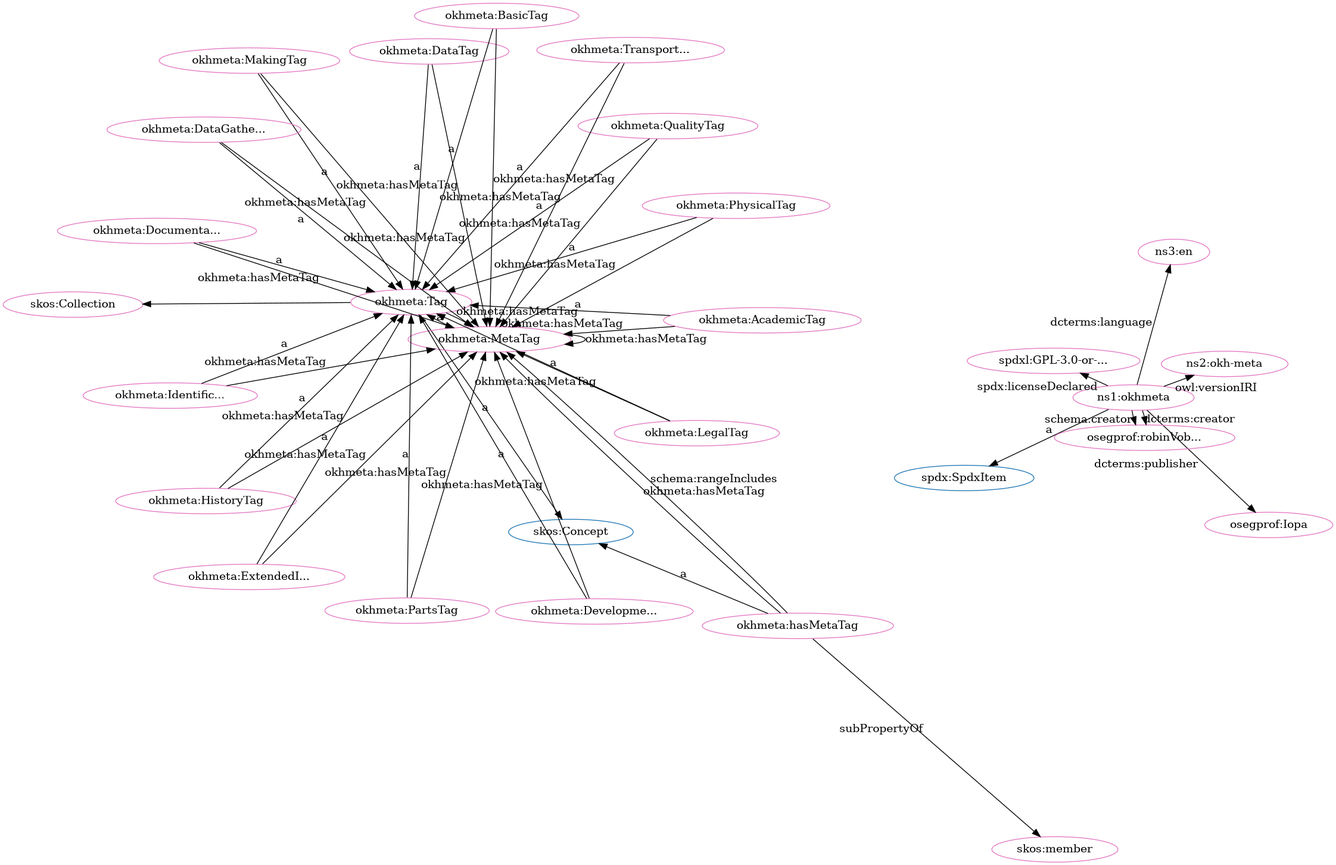
The Graphviz diagram src/spec/fdp_okh-meta-clean.png in iop-alliance/OpenKnowHow, before a commit. Its source is kept beside it as src/spec/fdp_okh-meta-clean.dot.
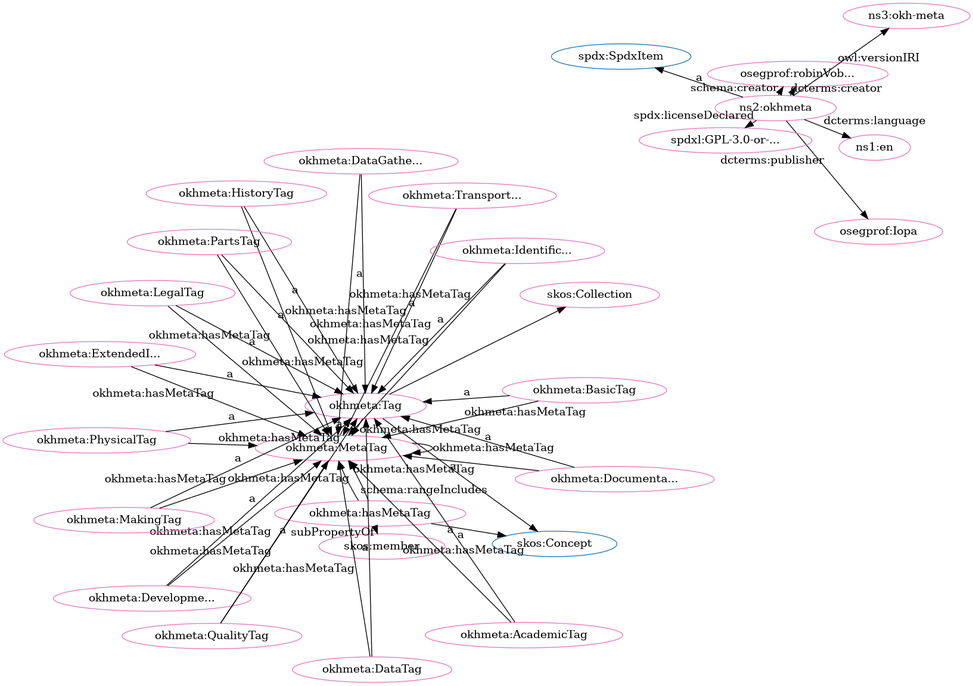
Later version of the same file.

Diff of the diagram source:
```diff
@@ -3,79 +3,79 @@
   node[height=.3]
 "http://w3id.org/oseg/ont/okhmeta#Tag" [fillcolor="#1f77b4" color="#1f77b4" label="okhmeta:Tag"]
 "http://www.w3.org/2004/02/skos/core#Concept" [fillcolor="#1f77b4" color="#1f77b4" label="skos:Concept"]
+"http://w3id.org/oseg/ont/okhmeta#MetaTag" [fillcolor="#1f77b4" color="#1f77b4" label="okhmeta:MetaTag"]
+"http://spdx.org/rdf/terms#SpdxItem" [fillcolor="#1f77b4" color="#1f77b4" label="spdx:SpdxItem"]
 "http://www.w3.org/2004/02/skos/core#Collection" [fillcolor="#1f77b4" color="#1f77b4" label="skos:Collection"]
-"http://spdx.org/rdf/terms#SpdxItem" [fillcolor="#1f77b4" color="#1f77b4" label="spdx:SpdxItem"]
-"http://w3id.org/oseg/ont/okhmeta#MetaTag" [fillcolor="#1f77b4" color="#1f77b4" label="okhmeta:MetaTag"]
+"http://w3id.org/oseg/ont/okhmeta#HistoryTag" [fillcolor="#e377c2" color="#e377c2" label="okhmeta:HistoryTag"]
 "http://w3id.org/oseg/ont/okhmeta#MetaTag" [fillcolor="#e377c2" color="#e377c2" label="okhmeta:MetaTag"]
-"http://w3id.org/oseg/ont/okhmeta#PhysicalTag" [fillcolor="#e377c2" color="#e377c2" label="okhmeta:PhysicalTag"]
+"http://www.w3.org/2004/02/skos/core#Collection" [fillcolor="#e377c2" color="#e377c2" label="skos:Collection"]
+"http://w3id.org/oseg/ont/okhmeta#ExtendedInfoTag" [fillcolor="#e377c2" color="#e377c2" label="okhmeta:ExtendedI..."]
+"http://w3id.org/oseg/ont/okhmeta#Tag" [fillcolor="#e377c2" color="#e377c2" label="okhmeta:Tag"]
+"http://w3id.org/oseg/ont/okhmeta#hasMetaTag" [fillcolor="#e377c2" color="#e377c2" label="okhmeta:hasMetaTag"]
+"http://w3id.org/oseg/ont/okhmeta#DocumentationTag" [fillcolor="#e377c2" color="#e377c2" label="okhmeta:Documenta..."]
+"http://www.w3.org/2004/02/skos/core#member" [fillcolor="#e377c2" color="#e377c2" label="skos:member"]
+"http://w3id.org/oseg/ont/okhmeta#DataTag" [fillcolor="#e377c2" color="#e377c2" label="okhmeta:DataTag"]
 "http://w3id.org/oseg/ont/okhmeta#DevelopmentTag" [fillcolor="#e377c2" color="#e377c2" label="okhmeta:Developme..."]
-"http://w3id.org/oseg/ont/okhmeta#QualityTag" [fillcolor="#e377c2" color="#e377c2" label="okhmeta:QualityTag"]
+"http://w3id.org/oseg/ont/oseg-profiles#Iopa" [fillcolor="#e377c2" color="#e377c2" label="osegprof:Iopa"]
+"http://w3id.org/oseg/ont/okhmeta#LegalTag" [fillcolor="#e377c2" color="#e377c2" label="okhmeta:LegalTag"]
+"http://w3id.org/oseg/ont/okhmeta#DataGatheringTag" [fillcolor="#e377c2" color="#e377c2" label="okhmeta:DataGathe..."]
+"http://id.loc.gov/vocabulary/iso639-1/en" [fillcolor="#e377c2" color="#e377c2" label="ns1:en"]
+"http://w3id.org/oseg/ont/okhmeta#TransportationTag" [fillcolor="#e377c2" color="#e377c2" label="okhmeta:Transport..."]
+"http://w3id.org/oseg/ont/oseg-profiles#robinVobruba" [fillcolor="#e377c2" color="#e377c2" label="osegprof:robinVob..."]
+"http://w3id.org/oseg/ont/okhmeta" [fillcolor="#e377c2" color="#e377c2" label="ns2:okhmeta"]
+"http://w3id.org/oseg/ont/1.1.0/okh-meta" [fillcolor="#e377c2" color="#e377c2" label="ns3:okh-meta"]
 "http://w3id.org/oseg/ont/okhmeta#IdentificationTag" [fillcolor="#e377c2" color="#e377c2" label="okhmeta:Identific..."]
-"http://w3id.org/oseg/ont/okhmeta" [fillcolor="#e377c2" color="#e377c2" label="ns1:okhmeta"]
-"http://w3id.org/oseg/ont/okhmeta#hasMetaTag" [fillcolor="#e377c2" color="#e377c2" label="okhmeta:hasMetaTag"]
-"http://w3id.org/oseg/ont/oseg-profiles#Iopa" [fillcolor="#e377c2" color="#e377c2" label="osegprof:Iopa"]
-"http://www.w3.org/2004/02/skos/core#Collection" [fillcolor="#e377c2" color="#e377c2" label="skos:Collection"]
-"http://w3id.org/oseg/ont/okhmeta#HistoryTag" [fillcolor="#e377c2" color="#e377c2" label="okhmeta:HistoryTag"]
-"http://w3id.org/oseg/ont/okhmeta#PartsTag" [fillcolor="#e377c2" color="#e377c2" label="okhmeta:PartsTag"]
-"http://w3id.org/oseg/ont/okhmeta#DataTag" [fillcolor="#e377c2" color="#e377c2" label="okhmeta:DataTag"]
-"http://w3id.org/oseg/ont/okhmeta#BasicTag" [fillcolor="#e377c2" color="#e377c2" label="okhmeta:BasicTag"]
-"http://w3id.org/oseg/ont/1.1.0/okh-meta" [fillcolor="#e377c2" color="#e377c2" label="ns2:okh-meta"]
-"http://www.w3.org/2004/02/skos/core#member" [fillcolor="#e377c2" color="#e377c2" label="skos:member"]
-"http://id.loc.gov/vocabulary/iso639-1/en" [fillcolor="#e377c2" color="#e377c2" label="ns3:en"]
-"http://spdx.org/licenses/GPL-3.0-or-later" [fillcolor="#e377c2" color="#e377c2" label="spdxl:GPL-3.0-or-..."]
 "http://w3id.org/oseg/ont/okhmeta#MakingTag" [fillcolor="#e377c2" color="#e377c2" label="okhmeta:MakingTag"]
 "http://w3id.org/oseg/ont/okhmeta#AcademicTag" [fillcolor="#e377c2" color="#e377c2" label="okhmeta:AcademicTag"]
-"http://w3id.org/oseg/ont/okhmeta#Tag" [fillcolor="#e377c2" color="#e377c2" label="okhmeta:Tag"]
-"http://w3id.org/oseg/ont/okhmeta#LegalTag" [fillcolor="#e377c2" color="#e377c2" label="okhmeta:LegalTag"]
-"http://w3id.org/oseg/ont/oseg-profiles#robinVobruba" [fillcolor="#e377c2" color="#e377c2" label="osegprof:robinVob..."]
-"http://w3id.org/oseg/ont/okhmeta#DataGatheringTag" [fillcolor="#e377c2" color="#e377c2" label="okhmeta:DataGathe..."]
-"http://w3id.org/oseg/ont/okhmeta#ExtendedInfoTag" [fillcolor="#e377c2" color="#e377c2" label="okhmeta:ExtendedI..."]
-"http://w3id.org/oseg/ont/okhmeta#DocumentationTag" [fillcolor="#e377c2" color="#e377c2" label="okhmeta:Documenta..."]
-"http://w3id.org/oseg/ont/okhmeta#TransportationTag" [fillcolor="#e377c2" color="#e377c2" label="okhmeta:Transport..."]
-  "http://w3id.org/oseg/ont/okhmeta#PhysicalTag" -> "http://w3id.org/oseg/ont/okhmeta#Tag" [label="a"]
+"http://w3id.org/oseg/ont/okhmeta#PartsTag" [fillcolor="#e377c2" color="#e377c2" label="okhmeta:PartsTag"]
+"http://w3id.org/oseg/ont/okhmeta#PhysicalTag" [fillcolor="#e377c2" color="#e377c2" label="okhmeta:PhysicalTag"]
+"http://spdx.org/licenses/GPL-3.0-or-later" [fillcolor="#e377c2" color="#e377c2" label="spdxl:GPL-3.0-or-..."]
+"http://w3id.org/oseg/ont/okhmeta#BasicTag" [fillcolor="#e377c2" color="#e377c2" label="okhmeta:BasicTag"]
+"http://w3id.org/oseg/ont/okhmeta#QualityTag" [fillcolor="#e377c2" color="#e377c2" label="okhmeta:QualityTag"]
+  "http://w3id.org/oseg/ont/okhmeta#HistoryTag" -> "http://w3id.org/oseg/ont/okhmeta#Tag" [label="a"]
+  "http://w3id.org/oseg/ont/okhmeta#Tag" -> "http://w3id.org/oseg/ont/okhmeta#MetaTag" [label="okhmeta:hasMetaTag"]
+  "http://w3id.org/oseg/ont/okhmeta#Tag" -> "http://www.w3.org/2004/02/skos/core#Collection" [label=""]
+  "http://w3id.org/oseg/ont/okhmeta#IdentificationTag" -> "http://w3id.org/oseg/ont/okhmeta#MetaTag" [label="okhmeta:hasMetaTag"]
+  "http://w3id.org/oseg/ont/okhmeta#Tag" -> "http://www.w3.org/2004/02/skos/core#Concept" [label="a"]
+  "http://w3id.org/oseg/ont/okhmeta#hasMetaTag" -> "http://www.w3.org/2004/02/skos/core#Concept" [label="a"]
   "http://w3id.org/oseg/ont/okhmeta#DevelopmentTag" -> "http://w3id.org/oseg/ont/okhmeta#MetaTag" [label="okhmeta:hasMetaTag"]
-  "http://w3id.org/oseg/ont/okhmeta#MetaTag" -> "http://w3id.org/oseg/ont/okhmeta#MetaTag" [label="okhmeta:hasMetaTag"]
-  "http://w3id.org/oseg/ont/okhmeta#hasMetaTag" -> "http://w3id.org/oseg/ont/okhmeta#MetaTag" [label="okhmeta:hasMetaTag"]
-  "http://w3id.org/oseg/ont/okhmeta#IdentificationTag" -> "http://w3id.org/oseg/ont/okhmeta#MetaTag" [label="okhmeta:hasMetaTag"]
-  "http://w3id.org/oseg/ont/okhmeta" -> "http://spdx.org/rdf/terms#SpdxItem" [label="a"]
-  "http://w3id.org/oseg/ont/okhmeta#AcademicTag" -> "http://w3id.org/oseg/ont/okhmeta#MetaTag" [label="okhmeta:hasMetaTag"]
-  "http://w3id.org/oseg/ont/okhmeta#hasMetaTag" -> "http://www.w3.org/2004/02/skos/core#Concept" [label="a"]
-  "http://w3id.org/oseg/ont/okhmeta#Tag" -> "http://www.w3.org/2004/02/skos/core#Collection" [label=""]
-  "http://w3id.org/oseg/ont/okhmeta#TransportationTag" -> "http://w3id.org/oseg/ont/okhmeta#MetaTag" [label="okhmeta:hasMetaTag"]
-  "http://w3id.org/oseg/ont/okhmeta#HistoryTag" -> "http://w3id.org/oseg/ont/okhmeta#Tag" [label="a"]
-  "http://w3id.org/oseg/ont/okhmeta#DataTag" -> "http://w3id.org/oseg/ont/okhmeta#Tag" [label="a"]
-  "http://w3id.org/oseg/ont/okhmeta#ExtendedInfoTag" -> "http://w3id.org/oseg/ont/okhmeta#MetaTag" [label="okhmeta:hasMetaTag"]
-  "http://w3id.org/oseg/ont/okhmeta#Tag" -> "http://w3id.org/oseg/ont/okhmeta#MetaTag" [label="okhmeta:hasMetaTag"]
-  "http://w3id.org/oseg/ont/okhmeta#PhysicalTag" -> "http://w3id.org/oseg/ont/okhmeta#MetaTag" [label="okhmeta:hasMetaTag"]
-  "http://w3id.org/oseg/ont/okhmeta#BasicTag" -> "http://w3id.org/oseg/ont/okhmeta#Tag" [label="a"]
-  "http://w3id.org/oseg/ont/okhmeta#hasMetaTag" -> "http://w3id.org/oseg/ont/okhmeta#MetaTag" [label="schema:rangeIncludes"]
-  "http://w3id.org/oseg/ont/okhmeta#MakingTag" -> "http://w3id.org/oseg/ont/okhmeta#Tag" [label="a"]
-  "http://w3id.org/oseg/ont/okhmeta#QualityTag" -> "http://w3id.org/oseg/ont/okhmeta#MetaTag" [label="okhmeta:hasMetaTag"]
-  "http://w3id.org/oseg/ont/okhmeta#AcademicTag" -> "http://w3id.org/oseg/ont/okhmeta#Tag" [label="a"]
-  "http://w3id.org/oseg/ont/okhmeta#Tag" -> "http://www.w3.org/2004/02/skos/core#Concept" [label="a"]
-  "http://w3id.org/oseg/ont/okhmeta" -> "http://w3id.org/oseg/ont/oseg-profiles#robinVobruba" [label="dcterms:creator"]
-  "http://w3id.org/oseg/ont/okhmeta#DataGatheringTag" -> "http://w3id.org/oseg/ont/okhmeta#Tag" [label="a"]
-  "http://w3id.org/oseg/ont/okhmeta#DocumentationTag" -> "http://w3id.org/oseg/ont/okhmeta#Tag" [label="a"]
-  "http://w3id.org/oseg/ont/okhmeta#BasicTag" -> "http://w3id.org/oseg/ont/okhmeta#MetaTag" [label="okhmeta:hasMetaTag"]
   "http://w3id.org/oseg/ont/okhmeta#DevelopmentTag" -> "http://w3id.org/oseg/ont/okhmeta#Tag" [label="a"]
-  "http://w3id.org/oseg/ont/okhmeta#MetaTag" -> "http://w3id.org/oseg/ont/okhmeta#Tag" [label="a"]
-  "http://w3id.org/oseg/ont/okhmeta#QualityTag" -> "http://w3id.org/oseg/ont/okhmeta#Tag" [label="a"]
-  "http://w3id.org/oseg/ont/okhmeta#IdentificationTag" -> "http://w3id.org/oseg/ont/okhmeta#Tag" [label="a"]
-  "http://w3id.org/oseg/ont/okhmeta#DataGatheringTag" -> "http://w3id.org/oseg/ont/okhmeta#MetaTag" [label="okhmeta:hasMetaTag"]
-  "http://w3id.org/oseg/ont/okhmeta#LegalTag" -> "http://w3id.org/oseg/ont/okhmeta#MetaTag" [label="okhmeta:hasMetaTag"]
-  "http://w3id.org/oseg/ont/okhmeta#DocumentationTag" -> "http://w3id.org/oseg/ont/okhmeta#MetaTag" [label="okhmeta:hasMetaTag"]
-  "http://w3id.org/oseg/ont/okhmeta" -> "http://w3id.org/oseg/ont/oseg-profiles#Iopa" [label="dcterms:publisher"]
-  "http://w3id.org/oseg/ont/okhmeta#PartsTag" -> "http://w3id.org/oseg/ont/okhmeta#Tag" [label="a"]
-  "http://w3id.org/oseg/ont/okhmeta#HistoryTag" -> "http://w3id.org/oseg/ont/okhmeta#MetaTag" [label="okhmeta:hasMetaTag"]
-  "http://w3id.org/oseg/ont/okhmeta#DataTag" -> "http://w3id.org/oseg/ont/okhmeta#MetaTag" [label="okhmeta:hasMetaTag"]
-  "http://w3id.org/oseg/ont/okhmeta" -> "http://w3id.org/oseg/ont/1.1.0/okh-meta" [label="owl:versionIRI"]
-  "http://w3id.org/oseg/ont/okhmeta#hasMetaTag" -> "http://www.w3.org/2004/02/skos/core#member" [label="subPropertyOf"]
-  "http://w3id.org/oseg/ont/okhmeta" -> "http://id.loc.gov/vocabulary/iso639-1/en" [label="dcterms:language"]
-  "http://w3id.org/oseg/ont/okhmeta" -> "http://spdx.org/licenses/GPL-3.0-or-later" [label="spdx:licenseDeclared"]
-  "http://w3id.org/oseg/ont/okhmeta#MakingTag" -> "http://w3id.org/oseg/ont/okhmeta#MetaTag" [label="okhmeta:hasMetaTag"]
   "http://w3id.org/oseg/ont/okhmeta#LegalTag" -> "http://w3id.org/oseg/ont/okhmeta#Tag" [label="a"]
   "http://w3id.org/oseg/ont/okhmeta#TransportationTag" -> "http://w3id.org/oseg/ont/okhmeta#Tag" [label="a"]
+  "http://w3id.org/oseg/ont/okhmeta#QualityTag" -> "http://w3id.org/oseg/ont/okhmeta#MetaTag" [label="okhmeta:hasMetaTag"]
+  "http://w3id.org/oseg/ont/okhmeta#hasMetaTag" -> "http://w3id.org/oseg/ont/okhmeta#MetaTag" [label="okhmeta:hasMetaTag"]
+  "http://w3id.org/oseg/ont/okhmeta#ExtendedInfoTag" -> "http://w3id.org/oseg/ont/okhmeta#MetaTag" [label="okhmeta:hasMetaTag"]
+  "http://w3id.org/oseg/ont/okhmeta" -> "http://spdx.org/rdf/terms#SpdxItem" [label="a"]
+  "http://w3id.org/oseg/ont/okhmeta#IdentificationTag" -> "http://w3id.org/oseg/ont/okhmeta#Tag" [label="a"]
+  "http://w3id.org/oseg/ont/okhmeta#AcademicTag" -> "http://w3id.org/oseg/ont/okhmeta#MetaTag" [label="okhmeta:hasMetaTag"]
+  "http://w3id.org/oseg/ont/okhmeta#AcademicTag" -> "http://w3id.org/oseg/ont/okhmeta#Tag" [label="a"]
+  "http://w3id.org/oseg/ont/okhmeta#DataTag" -> "http://w3id.org/oseg/ont/okhmeta#MetaTag" [label="okhmeta:hasMetaTag"]
+  "http://w3id.org/oseg/ont/okhmeta#DataGatheringTag" -> "http://w3id.org/oseg/ont/okhmeta#MetaTag" [label="okhmeta:hasMetaTag"]
+  "http://w3id.org/oseg/ont/okhmeta#MetaTag" -> "http://w3id.org/oseg/ont/okhmeta#MetaTag" [label="okhmeta:hasMetaTag"]
+  "http://w3id.org/oseg/ont/okhmeta#QualityTag" -> "http://w3id.org/oseg/ont/okhmeta#Tag" [label="a"]
+  "http://w3id.org/oseg/ont/okhmeta#MetaTag" -> "http://w3id.org/oseg/ont/okhmeta#Tag" [label="a"]
+  "http://w3id.org/oseg/ont/okhmeta#ExtendedInfoTag" -> "http://w3id.org/oseg/ont/okhmeta#Tag" [label="a"]
+  "http://w3id.org/oseg/ont/okhmeta#DocumentationTag" -> "http://w3id.org/oseg/ont/okhmeta#MetaTag" [label="okhmeta:hasMetaTag"]
+  "http://w3id.org/oseg/ont/okhmeta#DocumentationTag" -> "http://w3id.org/oseg/ont/okhmeta#Tag" [label="a"]
+  "http://w3id.org/oseg/ont/okhmeta#hasMetaTag" -> "http://www.w3.org/2004/02/skos/core#member" [label="subPropertyOf"]
+  "http://w3id.org/oseg/ont/okhmeta#DataTag" -> "http://w3id.org/oseg/ont/okhmeta#Tag" [label="a"]
+  "http://w3id.org/oseg/ont/okhmeta" -> "http://w3id.org/oseg/ont/oseg-profiles#Iopa" [label="dcterms:publisher"]
+  "http://w3id.org/oseg/ont/okhmeta#PhysicalTag" -> "http://w3id.org/oseg/ont/okhmeta#MetaTag" [label="okhmeta:hasMetaTag"]
   "http://w3id.org/oseg/ont/okhmeta#PartsTag" -> "http://w3id.org/oseg/ont/okhmeta#MetaTag" [label="okhmeta:hasMetaTag"]
+  "http://w3id.org/oseg/ont/okhmeta#DataGatheringTag" -> "http://w3id.org/oseg/ont/okhmeta#Tag" [label="a"]
+  "http://w3id.org/oseg/ont/okhmeta" -> "http://id.loc.gov/vocabulary/iso639-1/en" [label="dcterms:language"]
+  "http://w3id.org/oseg/ont/okhmeta#BasicTag" -> "http://w3id.org/oseg/ont/okhmeta#MetaTag" [label="okhmeta:hasMetaTag"]
   "http://w3id.org/oseg/ont/okhmeta" -> "http://w3id.org/oseg/ont/oseg-profiles#robinVobruba" [label="schema:creator"]
-  "http://w3id.org/oseg/ont/okhmeta#ExtendedInfoTag" -> "http://w3id.org/oseg/ont/okhmeta#Tag" [label="a"]
+  "http://w3id.org/oseg/ont/okhmeta" -> "http://w3id.org/oseg/ont/oseg-profiles#robinVobruba" [label="dcterms:creator"]
+  "http://w3id.org/oseg/ont/okhmeta#hasMetaTag" -> "http://w3id.org/oseg/ont/okhmeta#MetaTag" [label="schema:rangeIncludes"]
+  "http://w3id.org/oseg/ont/okhmeta#MakingTag" -> "http://w3id.org/oseg/ont/okhmeta#MetaTag" [label="okhmeta:hasMetaTag"]
+  "http://w3id.org/oseg/ont/okhmeta" -> "http://w3id.org/oseg/ont/1.1.0/okh-meta" [label="owl:versionIRI"]
+  "http://w3id.org/oseg/ont/okhmeta#HistoryTag" -> "http://w3id.org/oseg/ont/okhmeta#MetaTag" [label="okhmeta:hasMetaTag"]
+  "http://w3id.org/oseg/ont/okhmeta#LegalTag" -> "http://w3id.org/oseg/ont/okhmeta#MetaTag" [label="okhmeta:hasMetaTag"]
+  "http://w3id.org/oseg/ont/okhmeta#PartsTag" -> "http://w3id.org/oseg/ont/okhmeta#Tag" [label="a"]
+  "http://w3id.org/oseg/ont/okhmeta#PhysicalTag" -> "http://w3id.org/oseg/ont/okhmeta#Tag" [label="a"]
+  "http://w3id.org/oseg/ont/okhmeta" -> "http://spdx.org/licenses/GPL-3.0-or-later" [label="spdx:licenseDeclared"]
+  "http://w3id.org/oseg/ont/okhmeta#BasicTag" -> "http://w3id.org/oseg/ont/okhmeta#Tag" [label="a"]
+  "http://w3id.org/oseg/ont/okhmeta#TransportationTag" -> "http://w3id.org/oseg/ont/okhmeta#MetaTag" [label="okhmeta:hasMetaTag"]
+  "http://w3id.org/oseg/ont/okhmeta#MakingTag" -> "http://w3id.org/oseg/ont/okhmeta#Tag" [label="a"]
 }
```
